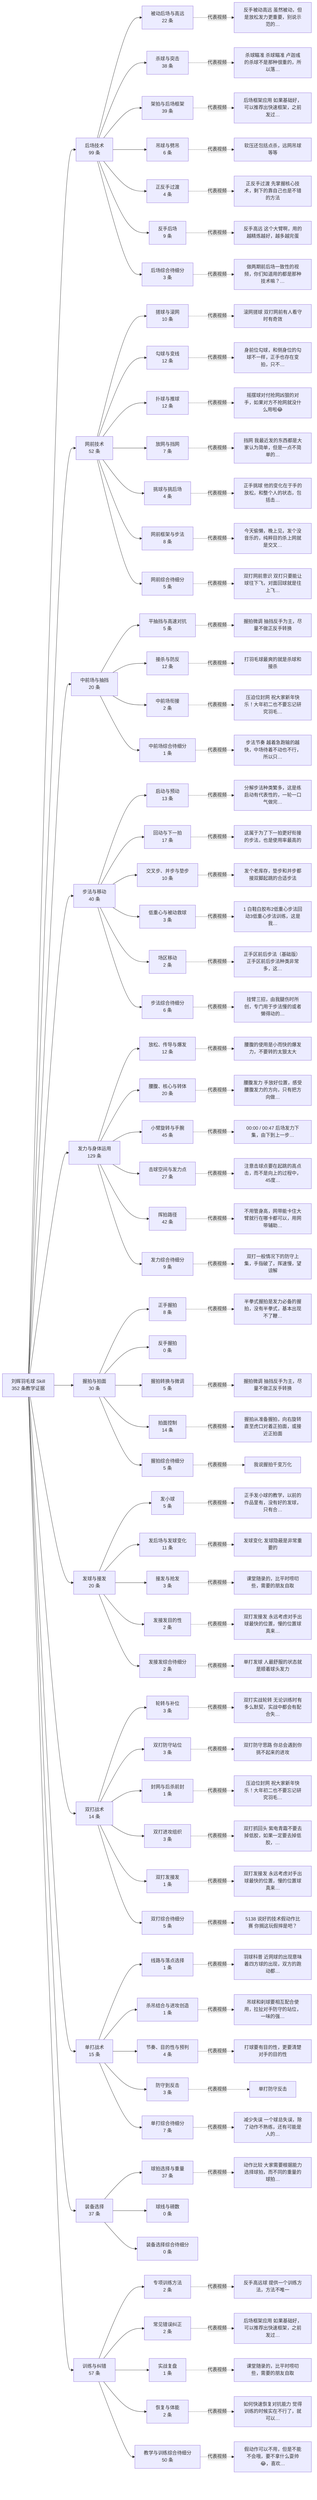
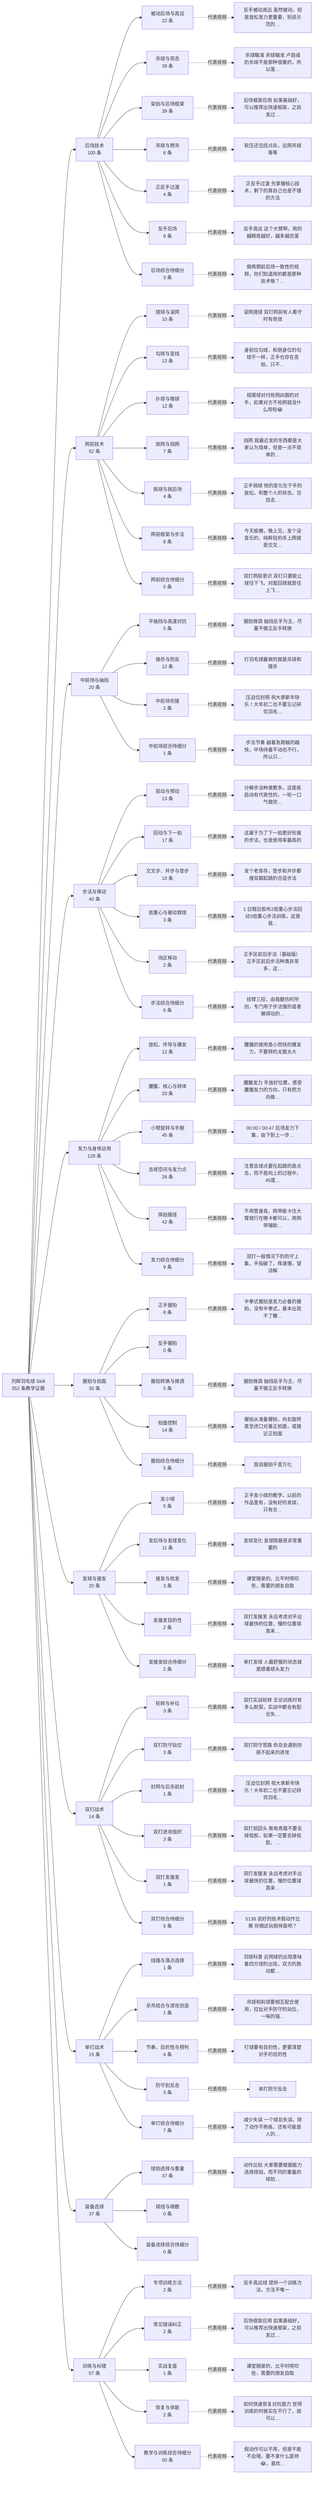
flowchart LR
  root["刘辉羽毛球 Skill<br/>352 条教学证据"]
-   c0["后场技术<br/>99 条"]
+   c0["后场技术<br/>100 条"]
  root --> c0
  s0_0["被动后场与高远<br/>22 条"]
  c0 --> s0_0
  v0_0["反手被动高远 虽然被动，但是放松发力更重要，别说示范的…"]
  s0_0 -.代表视频.-> v0_0
-   s0_1["杀球与突击<br/>38 条"]
+   s0_1["杀球与突击<br/>39 条"]
  c0 --> s0_1
  v0_1["杀球瞄准 杀球瞄准 卢迦彧的杀球不是那种很重的，所以落…"]
  s0_1 -.代表视频.-> v0_1
  s0_2["架拍与后场框架<br/>39 条"]
  c0 --> s0_2
  v0_2["后场框架应用 如果基础好，可以推荐出快速框架，之前发过…"]
  s0_2 -.代表视频.-> v0_2
  s0_3["吊球与劈吊<br/>6 条"]
  c0 --> s0_3
  v0_3["软压还包括点杀，远网吊球等等"]
  s0_3 -.代表视频.-> v0_3
  s0_4["正反手过渡<br/>4 条"]
  c0 --> s0_4
  v0_4["正反手过渡 先掌握核心技术，剩下的靠自己也是不错的方法"]
  s0_4 -.代表视频.-> v0_4
  s0_5["反手后场<br/>9 条"]
  c0 --> s0_5
  v0_5["反手高远 这个大臂啊，用的越精炼越好，越多越完蛋"]
  s0_5 -.代表视频.-> v0_5
  s0_6["后场综合待细分<br/>3 条"]
  c0 --> s0_6
  v0_6["做两期前后场一致性的视频，你们知道用的都是那种技术嘛？…"]
  s0_6 -.代表视频.-> v0_6
  c1["网前技术<br/>52 条"]
  root --> c1
  s1_0["搓球与滚网<br/>10 条"]
  c1 --> s1_0
  v1_0["滚网搓球 双打网前有人看守时有奇效"]
  s1_0 -.代表视频.-> v1_0
  s1_1["勾球与变线<br/>12 条"]
  c1 --> s1_1
  v1_1["身前位勾球，和侧身位的勾球不一样，正手也存在变拍，只不…"]
  s1_1 -.代表视频.-> v1_1
  s1_2["扑球与推球<br/>12 条"]
  c1 --> s1_2
  v1_2["摇摆球对付抢网凶狠的对手，如果对方不抢网就没什么用啦😂"]
  s1_2 -.代表视频.-> v1_2
  s1_3["放网与挡网<br/>7 条"]
  c1 --> s1_3
  v1_3["挡网 我最近发的东西都是大家认为简单，但是一点不简单的…"]
  s1_3 -.代表视频.-> v1_3
  s1_4["挑球与挑后场<br/>4 条"]
  c1 --> s1_4
  v1_4["正手挑球 他的变化在于手的放松，和整个人的状态，包括击…"]
  s1_4 -.代表视频.-> v1_4
  s1_5["网前框架与步法<br/>8 条"]
  c1 --> s1_5
  v1_5["今天偷懒，晚上见，发个没音乐的，纯粹目的杀上网就是交叉…"]
  s1_5 -.代表视频.-> v1_5
  s1_6["网前综合待细分<br/>5 条"]
  c1 --> s1_6
  v1_6["双打网前意识 双打只要能让球往下飞，对面回球就是往上飞…"]
  s1_6 -.代表视频.-> v1_6
  c2["中前场与抽挡<br/>20 条"]
  root --> c2
  s2_0["平抽挡与高速对抗<br/>5 条"]
  c2 --> s2_0
  v2_0["握拍微调 抽挡反手为主，尽量不做正反手转换"]
  s2_0 -.代表视频.-> v2_0
  s2_1["接杀与防反<br/>12 条"]
  c2 --> s2_1
  v2_1["打羽毛球最爽的就是杀球和接杀"]
  s2_1 -.代表视频.-> v2_1
  s2_2["中前场衔接<br/>2 条"]
  c2 --> s2_2
  v2_2["压迫位封网 祝大家新年快乐！大年初二也不要忘记研究羽毛…"]
  s2_2 -.代表视频.-> v2_2
  s2_3["中前场综合待细分<br/>1 条"]
  c2 --> s2_3
  v2_3["步法节奏 越着急跑输的越快，中场待着不动也不行，所以只…"]
  s2_3 -.代表视频.-> v2_3
  c3["步法与移动<br/>40 条"]
  root --> c3
  s3_0["启动与预动<br/>13 条"]
  c3 --> s3_0
  v3_0["分解步法种类繁多，这是练启动有代表性的，一轮一口气做完…"]
  s3_0 -.代表视频.-> v3_0
  s3_1["回动与下一拍<br/>17 条"]
  c3 --> s3_1
  v3_1["这属于为了下一拍更好衔接的步法，也是使用率最高的"]
  s3_1 -.代表视频.-> v3_1
  s3_2["交叉步、并步与垫步<br/>10 条"]
  c3 --> s3_2
  v3_2["发个老库存，垫步和并步都接双脚起跳的合适步法"]
  s3_2 -.代表视频.-> v3_2
  s3_3["低重心与被动救球<br/>3 条"]
  c3 --> s3_3
  v3_3["1 白鞋白胶布2低重心步法回动3低重心步法训练，这是我…"]
  s3_3 -.代表视频.-> v3_3
  s3_4["场区移动<br/>2 条"]
  c3 --> s3_4
  v3_4["正手区前后步法（基础版） 正手区前后步法种类非常多，这…"]
  s3_4 -.代表视频.-> v3_4
  s3_5["步法综合待细分<br/>6 条"]
  c3 --> s3_5
  v3_5["挂臂三招，由我腿伤时所创，专门用于步法慢的或者懒得动的…"]
  s3_5 -.代表视频.-> v3_5
-   c4["发力与身体运用<br/>129 条"]
+   c4["发力与身体运用<br/>128 条"]
  root --> c4
  s4_0["放松、传导与爆发<br/>12 条"]
  c4 --> s4_0
  v4_0["腰腹的使用是小而快的爆发力，不要转的太狠太大"]
  s4_0 -.代表视频.-> v4_0
  s4_1["腰腹、核心与转体<br/>20 条"]
  c4 --> s4_1
  v4_1["腰腹发力 手放好位置，感受腰腹发力的方向，只有把方向做…"]
  s4_1 -.代表视频.-> v4_1
  s4_2["小臂旋转与手腕<br/>45 条"]
  c4 --> s4_2
  v4_2["00:00 / 00:47 后场发力下集，由下到上一步…"]
  s4_2 -.代表视频.-> v4_2
-   s4_3["击球空间与发力点<br/>27 条"]
+   s4_3["击球空间与发力点<br/>26 条"]
  c4 --> s4_3
  v4_3["注意击球点要在起跳的高点击，而不是向上的过程中，45度…"]
  s4_3 -.代表视频.-> v4_3
  s4_4["挥拍路径<br/>42 条"]
  c4 --> s4_4
  v4_4["不用管身高，网带能卡住大臂就行在哪卡都可以，用网带辅助…"]
  s4_4 -.代表视频.-> v4_4
  s4_5["发力综合待细分<br/>9 条"]
  c4 --> s4_5
  v4_5["双打一般情况下的防守上集，手指破了，挥速慢，望谅解"]
  s4_5 -.代表视频.-> v4_5
  c5["握拍与拍面<br/>30 条"]
  root --> c5
  s5_0["正手握拍<br/>8 条"]
  c5 --> s5_0
  v5_0["半拳式握拍是发力必备的握拍，没有半拳式，基本出现不了鞭…"]
  s5_0 -.代表视频.-> v5_0
  s5_1["反手握拍<br/>0 条"]
  c5 --> s5_1
  s5_2["握拍转换与微调<br/>5 条"]
  c5 --> s5_2
  v5_2["握拍微调 抽挡反手为主，尽量不做正反手转换"]
  s5_2 -.代表视频.-> v5_2
  s5_3["拍面控制<br/>14 条"]
  c5 --> s5_3
  v5_3["握拍从准备握拍，向右旋转直至虎口对着正拍面，或接近正拍面"]
  s5_3 -.代表视频.-> v5_3
  s5_4["握拍综合待细分<br/>5 条"]
  c5 --> s5_4
  v5_4["我说握拍千变万化"]
  s5_4 -.代表视频.-> v5_4
  c6["发球与接发<br/>20 条"]
  root --> c6
  s6_0["发小球<br/>5 条"]
  c6 --> s6_0
  v6_0["正手发小球的教学，以前的作品里有，没有好的发球，只有合…"]
  s6_0 -.代表视频.-> v6_0
  s6_1["发后场与发球变化<br/>11 条"]
  c6 --> s6_1
  v6_1["发球变化 发球隐蔽是非常重要的"]
  s6_1 -.代表视频.-> v6_1
  s6_2["接发与抢发<br/>3 条"]
  c6 --> s6_2
  v6_2["课堂随录的，比平时唠叨些，需要的朋友自取"]
  s6_2 -.代表视频.-> v6_2
  s6_3["发接发目的性<br/>2 条"]
  c6 --> s6_3
  v6_3["双打发接发 永远考虑对手出球最快的位置，慢的位置球真来…"]
  s6_3 -.代表视频.-> v6_3
  s6_4["发接发综合待细分<br/>2 条"]
  c6 --> s6_4
  v6_4["单打发球 人最舒服的状态就是顺着球头发力"]
  s6_4 -.代表视频.-> v6_4
  c7["双打战术<br/>14 条"]
  root --> c7
  s7_0["轮转与补位<br/>3 条"]
  c7 --> s7_0
  v7_0["双打实战轮转 无论训练时有多么默契，实战中都会有配合失…"]
  s7_0 -.代表视频.-> v7_0
  s7_1["双打防守站位<br/>3 条"]
  c7 --> s7_1
  v7_1["双打防守思路 你总会遇到你挑不起来的进攻"]
  s7_1 -.代表视频.-> v7_1
  s7_2["封网与后杀前封<br/>1 条"]
  c7 --> s7_2
  v7_2["压迫位封网 祝大家新年快乐！大年初二也不要忘记研究羽毛…"]
  s7_2 -.代表视频.-> v7_2
  s7_3["双打进攻组织<br/>3 条"]
  c7 --> s7_3
  v7_3["双打抓回头 紫电青霜不要去掉低胶，如果一定要去掉低胶，…"]
  s7_3 -.代表视频.-> v7_3
  s7_4["双打发接发<br/>1 条"]
  c7 --> s7_4
  v7_4["双打发接发 永远考虑对手出球最快的位置，慢的位置球真来…"]
  s7_4 -.代表视频.-> v7_4
  s7_5["双打综合待细分<br/>5 条"]
  c7 --> s7_5
  v7_5["5138 说好的技术假动作比赛 你搁这玩假摔是吧？"]
  s7_5 -.代表视频.-> v7_5
  c8["单打战术<br/>15 条"]
  root --> c8
  s8_0["线路与落点选择<br/>1 条"]
  c8 --> s8_0
  v8_0["羽球科普 近网球的出现意味着四方球的出现，双方的跑动都…"]
  s8_0 -.代表视频.-> v8_0
  s8_1["杀吊结合与进攻创造<br/>1 条"]
  c8 --> s8_1
  v8_1["吊球和刹球要相互配合使用，拉扯对手防守的站位，一味的强…"]
  s8_1 -.代表视频.-> v8_1
  s8_2["节奏、目的性与预判<br/>4 条"]
  c8 --> s8_2
  v8_2["打球要有目的性，更要清楚对手的目的性"]
  s8_2 -.代表视频.-> v8_2
  s8_3["防守到反击<br/>3 条"]
  c8 --> s8_3
  v8_3["单打防守反击"]
  s8_3 -.代表视频.-> v8_3
  s8_4["单打综合待细分<br/>7 条"]
  c8 --> s8_4
  v8_4["减少失误 一个球总失误，除了动作不熟练，还有可能是人的…"]
  s8_4 -.代表视频.-> v8_4
  c9["装备选择<br/>37 条"]
  root --> c9
  s9_0["球拍选择与重量<br/>37 条"]
  c9 --> s9_0
  v9_0["动作比较 大家需要根据能力选择球拍，而不同的重量的球拍…"]
  s9_0 -.代表视频.-> v9_0
  s9_1["球线与磅数<br/>0 条"]
  c9 --> s9_1
  s9_2["装备选择综合待细分<br/>0 条"]
  c9 --> s9_2
  c10["训练与纠错<br/>57 条"]
  root --> c10
  s10_0["专项训练方法<br/>2 条"]
  c10 --> s10_0
  v10_0["反手高远球 提供一个训练方法，方法不唯一"]
  s10_0 -.代表视频.-> v10_0
  s10_1["常见错误纠正<br/>2 条"]
  c10 --> s10_1
  v10_1["后场框架应用 如果基础好，可以推荐出快速框架，之前发过…"]
  s10_1 -.代表视频.-> v10_1
  s10_2["实战复盘<br/>1 条"]
  c10 --> s10_2
  v10_2["课堂随录的，比平时唠叨些，需要的朋友自取"]
  s10_2 -.代表视频.-> v10_2
  s10_3["恢复与体能<br/>2 条"]
  c10 --> s10_3
  v10_3["如何快速恢复对抗能力 觉得训练的时候实在不行了，就可以…"]
  s10_3 -.代表视频.-> v10_3
  s10_4["教学与训练综合待细分<br/>50 条"]
  c10 --> s10_4
  v10_4["假动作可以不用，但是不能不会哦，要不拿什么耍帅😂，喜欢…"]
  s10_4 -.代表视频.-> v10_4
